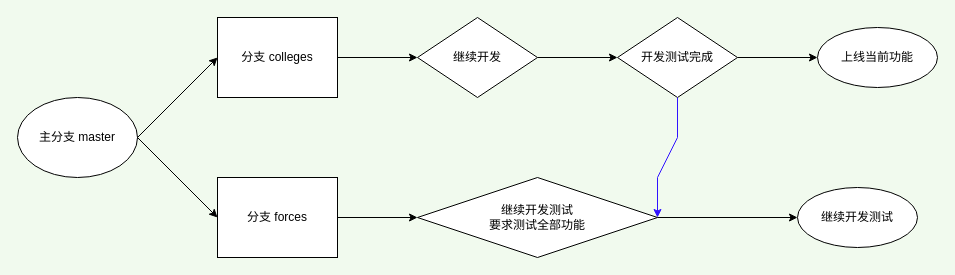
Cy-Draw/Flowchart keeps this draw.io diagram as 分支使用场景1.drawio. Above is the earlier version. Source tidied: cells renumbered, new cells numbered last; positions are measured from the earlier drawing's top-left corner, leaving out a move shared by most shapes. Both pictures are drawn from the tidied source at 100%, with x=0, y=0 at pixel (17, 17).
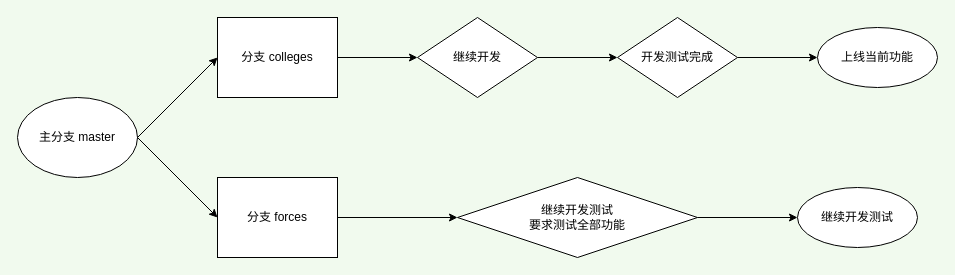
Above is the later version.

Commit message:
更新分支使用场景1.drawio

Unchanged cells that the change refers to:
```xml
<mxCell id="12" value="开发测试完成" style="rhombus;whiteSpace=wrap;html=1;rounded=0;" parent="1" vertex="1">
  <mxGeometry x="600" width="120" height="80" as="geometry" />
</mxCell>
```

Change to the diagram source:
```diff
@@
     <mxCell id="14" value="继续开发测试&lt;br&gt;要求测试全部功能" style="rhombus;whiteSpace=wrap;html=1;rounded=0;" parent="1" vertex="1">
-      <mxGeometry x="400" y="160" width="240" height="80" as="geometry" />
+      <mxGeometry x="440" y="160" width="240" height="80" as="geometry" />
     </mxCell>
@@
-    <mxCell id="16" style="endArrow=classic;html=1;rounded=0;exitX=0.5;exitY=1;exitDx=0;exitDy=0;strokeColor=#3112FF;" parent="1" edge="1" source="12">
-      <mxGeometry relative="1" as="geometry">
-        <mxPoint x="640" y="200" as="targetPoint" />
-        <Array as="points">
-          <mxPoint x="660" y="120" />
-          <mxPoint x="640" y="160" />
-        </Array>
-      </mxGeometry>
-    </mxCell>
```
